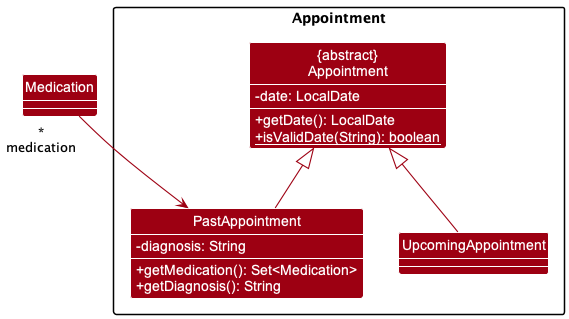
Earlier version of the PlantUML export docs/images/AppointmentClassDiagram.png (nus-cs2103-AY2223S1/tp).
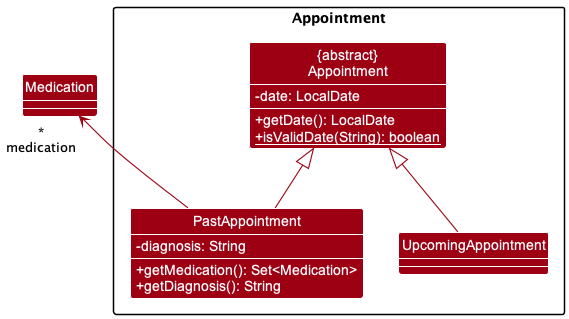
Later version of the same file.

The edit, as a diff of the source:
```diff
@@ -27,6 +27,6 @@
 
 UpcomingAppointment -up-|> Appointment
 PastAppointment -up-|> Appointment
-Medication "*\nmedication" -->  PastAppointment
+Medication "*\nmedication" <--  PastAppointment
 
 @enduml
```
